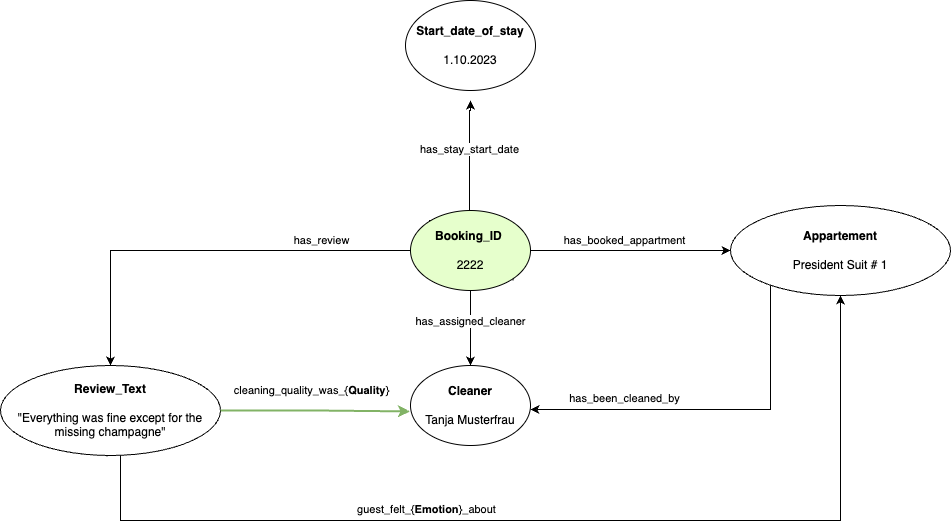
Earlier version of the draw.io export drawings/KG_Architecture.png (dominik-pichler/Review_me_if_you_can). Source tidied: cells renumbered, new cells last; positions are measured from the earlier drawing's top-left corner, leaving out a move shared by most shapes.
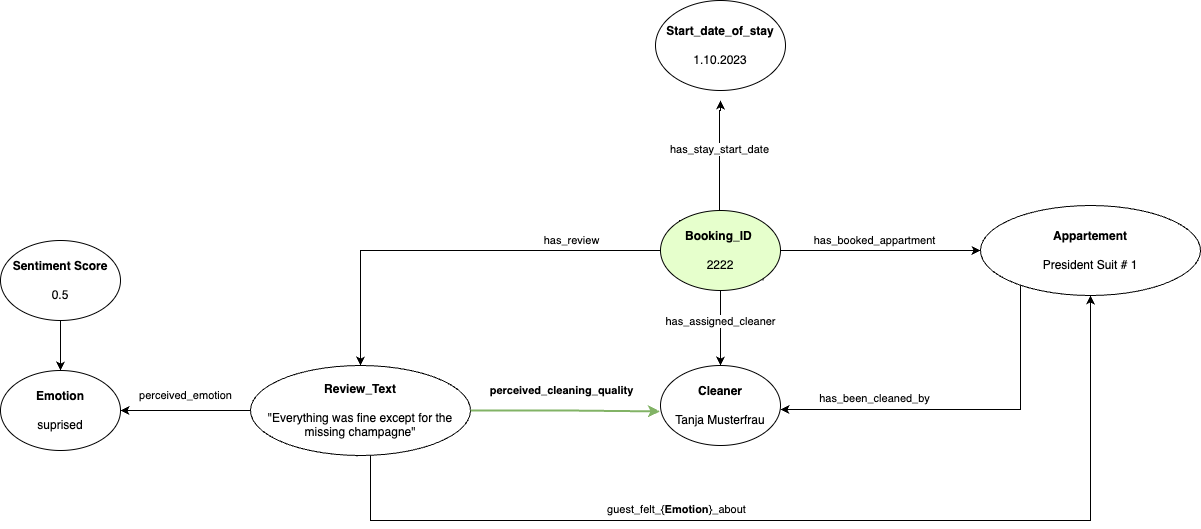
The same diagram one commit later.

The edit, as a diff of the source:
```diff
@@ -90,16 +90,33 @@
         <mxPoint x="-88" y="-9" as="offset" />
       </mxGeometry>
     </mxCell>
+    <mxCell id="21" style="edgeStyle=orthogonalEdgeStyle;rounded=0;jettySize=auto;html=1;exitX=0;exitY=0.5;exitDx=0;exitDy=0;entryX=1;entryY=0.5;entryDx=0;entryDy=0;" parent="1" edge="1" source="18" target="23">
+      <mxGeometry relative="1" as="geometry" />
+    </mxCell>
+    <mxCell id="22" value="perceived_emotion" style="edgeLabel;html=1;align=center;verticalAlign=middle;" parent="21" vertex="1">
+      <mxGeometry x="0.15" relative="1" as="geometry">
+        <mxPoint x="9" y="-15" as="offset" />
+      </mxGeometry>
+    </mxCell>
     <mxCell id="18" value="&lt;b&gt;Review_Text&lt;/b&gt;&lt;div&gt;&lt;br&gt;&lt;/div&gt;&lt;div&gt;&quot;Everything was fine except for the missing champagne&quot;&lt;/div&gt;" style="ellipse;whiteSpace=wrap;html=1;" parent="1" vertex="1">
       <mxGeometry y="365" width="220" height="90" as="geometry" />
     </mxCell>
     <mxCell id="19" style="edgeStyle=orthogonalEdgeStyle;rounded=0;jettySize=auto;html=1;exitX=1;exitY=0.5;exitDx=0;exitDy=0;entryX=-0.005;entryY=0.574;entryDx=0;entryDy=0;entryPerimeter=0;strokeWidth=2;fillColor=#d5e8d4;strokeColor=#82b366;" parent="1" edge="1" source="18" target="12">
       <mxGeometry relative="1" as="geometry" />
     </mxCell>
-    <mxCell id="20" value="cleaning_quality_was_{&lt;b&gt;Quality&lt;/b&gt;}" style="edgeLabel;html=1;align=center;verticalAlign=middle;" parent="19" vertex="1">
+    <mxCell id="20" value="&lt;b&gt;perceived_cleaning_quality&lt;/b&gt;" style="edgeLabel;html=1;align=center;verticalAlign=middle;" parent="19" vertex="1">
       <mxGeometry x="-0.26" y="-1" relative="1" as="geometry">
         <mxPoint x="20" y="-21" as="offset" />
       </mxGeometry>
     </mxCell>
+    <mxCell id="23" value="&lt;b&gt;Emotion&lt;/b&gt;&lt;div&gt;&lt;br&gt;&lt;/div&gt;&lt;div&gt;suprised&lt;/div&gt;" style="ellipse;whiteSpace=wrap;html=1;" parent="1" vertex="1">
+      <mxGeometry x="-250" y="370" width="120" height="80" as="geometry" />
+    </mxCell>
+    <mxCell id="24" style="edgeStyle=orthogonalEdgeStyle;rounded=0;jettySize=auto;html=1;" parent="1" edge="1" source="25" target="23">
+      <mxGeometry relative="1" as="geometry" />
+    </mxCell>
+    <mxCell id="25" value="&lt;b&gt;Sentiment Score&lt;br&gt;&lt;/b&gt;&lt;br&gt;0.5" style="ellipse;whiteSpace=wrap;html=1;" parent="1" vertex="1">
+      <mxGeometry x="-250" y="240" width="120" height="80" as="geometry" />
+    </mxCell>
   </root>
 </mxGraphModel>
```
